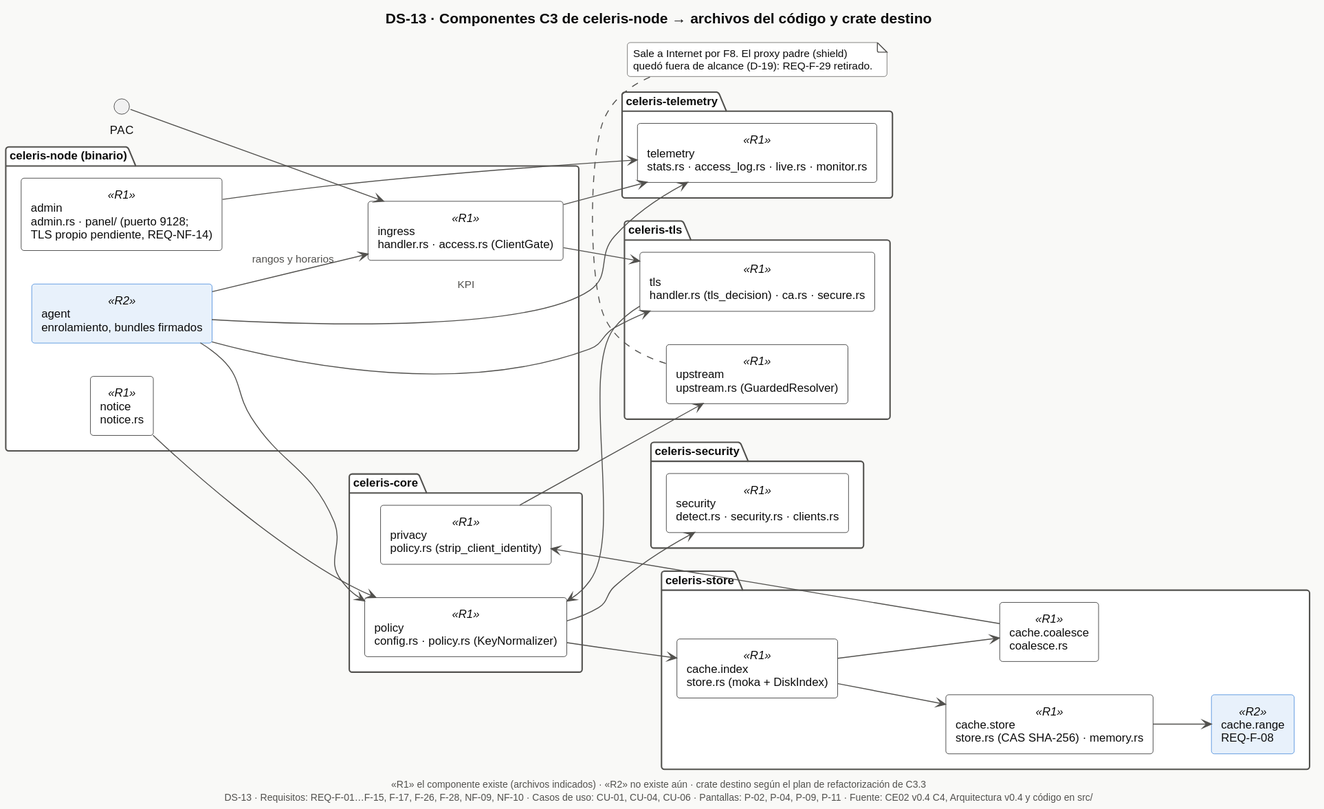
Nick-Saim-MJ/Project-Celeris keeps this PlantUML diagram as docs/software/e1/diagramas/svg/DS-13-componentes-codigo.svg. Above is the earlier version.
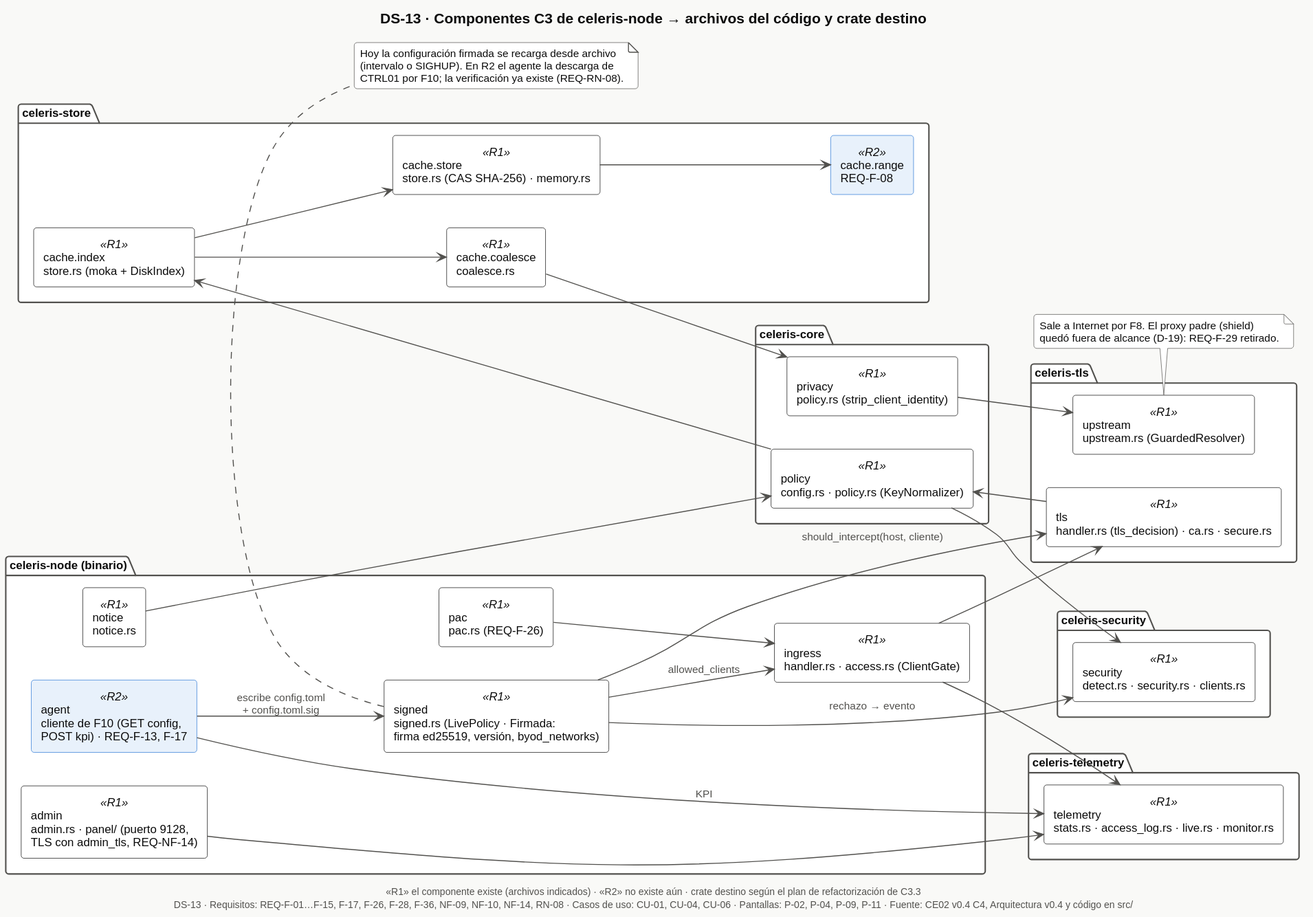
Later version of the same file.

Diff of the diagram source:
```diff
@@ -13,9 +13,11 @@
 
 package "celeris-node (binario)" {
   [ingress\nhandler.rs · access.rs (ClientGate)] as ING <<R1>>
-  [admin\nadmin.rs · panel/ (puerto 9128;\nTLS propio pendiente, REQ-NF-14)] as ADM <<R1>>
+  [admin\nadmin.rs · panel/ (puerto 9128,\nTLS con admin_tls, REQ-NF-14)] as ADM <<R1>>
   [notice\nnotice.rs] as NOT <<R1>>
-  [agent\nenrolamiento, bundles firmados] as AG <<R2>>
+  [pac\npac.rs (REQ-F-26)] as PAC <<R1>>
+  [signed\nsigned.rs (LivePolicy · Firmada:\nfirma ed25519, versión, byod_networks)] as SIG <<R1>>
+  [agent\ncliente de F10 (GET config,\nPOST kpi) · REQ-F-13, F-17] as AG <<R2>>
 }
 package "celeris-tls" {
   [tls\nhandler.rs (tls_decision) · ca.rs · secure.rs] as TLS <<R1>>
@@ -50,16 +52,23 @@
 ING --> TEL
 ADM --> TEL
 NOT --> POL
-AG --> POL
-AG --> TLS
-AG --> ING : rangos y horarios
+AG --> SIG : escribe config.toml\n+ config.toml.sig
+SIG --> TLS : should_intercept(host, cliente)
+SIG --> ING : allowed_clients
+SIG --> SEC : rechazo → evento
 AG --> TEL : KPI
 PAC --> ING
+
+note bottom of SIG
+  Hoy la configuración firmada se recarga desde archivo
+  (intervalo o SIGHUP). En R2 el agente la descarga de
+  CTRL01 por F10; la verificación ya existe (REQ-RN-08).
+end note
 
 note bottom of UP
   Sale a Internet por F8. El proxy padre (shield)
   quedó fuera de alcance (D-19): REQ-F-29 retirado.
 end note
 
-$pie("DS-13", "REQ-F-01…F-15, F-17, F-26, F-28, NF-09, NF-10", "CU-01, CU-04, CU-06", "P-02, P-04, P-09, P-11")
+$pie("DS-13", "REQ-F-01…F-15, F-17, F-26, F-28, F-36, NF-09, NF-10, NF-14, RN-08", "CU-01, CU-04, CU-06", "P-02, P-04, P-09, P-11")
 @enduml
```
